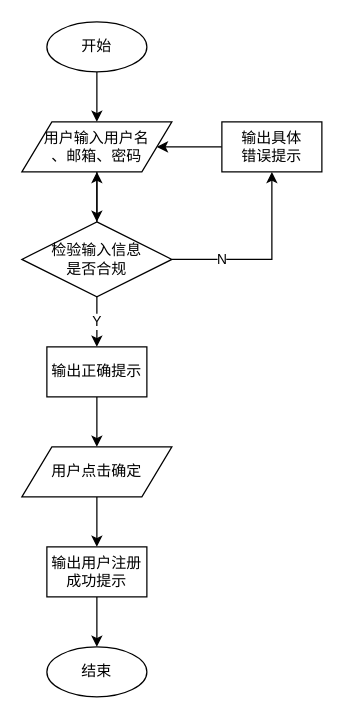
The draw.io diagram 注册.drawio in ooolky/YuSchool, before the edit. Source tidied: cells renumbered, new cells numbered last; positions are measured from the earlier drawing's top-left corner, leaving out a move shared by most shapes. Both pictures are drawn from the tidied source at 125%, with x=0, y=0 at pixel (21, 21).
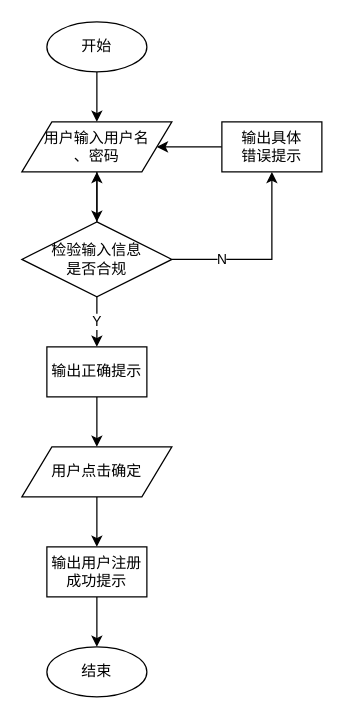
Above is the later version.

Diff of the diagram source:
```diff
@@
-    <mxCell id="5" value="用户输入用户名&lt;br&gt;、邮箱、密码" style="shape=parallelogram;perimeter=parallelogramPerimeter;whiteSpace=wrap;html=1;" parent="1" vertex="1">
+    <mxCell id="5" value="用户输入用户名&lt;br&gt;、密码" style="shape=parallelogram;perimeter=parallelogramPerimeter;whiteSpace=wrap;html=1;" parent="1" vertex="1">
       <mxGeometry y="80" width="120" height="40" as="geometry" />
     </mxCell>
```
